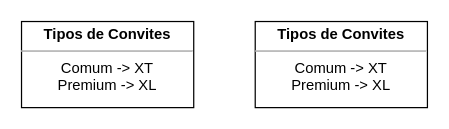
This is src/main/kotlin/ProjetoPortaria/Projeto.drawio from ViniciusWessner/Portaria-Eventos, a draw.io file, before an edit. Source tidied: cells renumbered, new cells numbered last; positions are measured from the earlier drawing's top-left corner, leaving out a move shared by most shapes. Both pictures are drawn from the tidied source at 123%, with x=0, y=0 at pixel (21, 21).
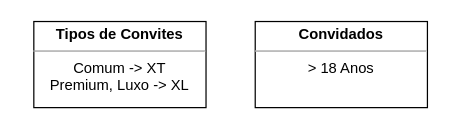
Above is the later version.

Commit message:
Finalizando os ajustes do software

Change to the diagram source:
```diff
@@
 <mxGraphModel>
   <root>
     <mxCell id="0" />
     <mxCell id="1" parent="0" />
-    <mxCell id="2" value="&lt;p style=&quot;margin: 4px 0px 0px;&quot;&gt;&lt;b&gt;Tipos de Convites&lt;/b&gt;&lt;/p&gt;&lt;hr size=&quot;1&quot;&gt;&lt;div style=&quot;height:2px;&quot;&gt;Comum -&amp;gt; XT&lt;/div&gt;&lt;div style=&quot;height:2px;&quot;&gt;&lt;br&gt;&lt;/div&gt;&lt;div style=&quot;height:2px;&quot;&gt;&lt;br&gt;&lt;/div&gt;&lt;div style=&quot;height:2px;&quot;&gt;&lt;br&gt;&lt;/div&gt;&lt;div style=&quot;height:2px;&quot;&gt;&lt;br&gt;&lt;/div&gt;&lt;div style=&quot;height:2px;&quot;&gt;&lt;br&gt;&lt;/div&gt;&lt;div style=&quot;height:2px;&quot;&gt;&lt;br&gt;&lt;/div&gt;&lt;div style=&quot;height:2px;&quot;&gt;Premium -&amp;gt; XL&lt;/div&gt;" style="verticalAlign=top;align=center;overflow=fill;fontSize=12;fontFamily=Helvetica;html=1;" parent="1" vertex="1">
-      <mxGeometry width="140" height="70" as="geometry" />
+    <mxCell id="2" value="&lt;p style=&quot;margin: 4px 0px 0px;&quot;&gt;&lt;b&gt;Tipos de Convites&lt;/b&gt;&lt;/p&gt;&lt;hr size=&quot;1&quot;&gt;&lt;div style=&quot;height:2px;&quot;&gt;Comum -&amp;gt; XT&lt;/div&gt;&lt;div style=&quot;height:2px;&quot;&gt;&lt;br&gt;&lt;/div&gt;&lt;div style=&quot;height:2px;&quot;&gt;&lt;br&gt;&lt;/div&gt;&lt;div style=&quot;height:2px;&quot;&gt;&lt;br&gt;&lt;/div&gt;&lt;div style=&quot;height:2px;&quot;&gt;&lt;br&gt;&lt;/div&gt;&lt;div style=&quot;height:2px;&quot;&gt;&lt;br&gt;&lt;/div&gt;&lt;div style=&quot;height:2px;&quot;&gt;&lt;br&gt;&lt;/div&gt;&lt;div style=&quot;height:2px;&quot;&gt;Premium, Luxo -&amp;gt; XL&lt;/div&gt;" style="verticalAlign=top;align=center;overflow=fill;fontSize=12;fontFamily=Helvetica;html=1;" parent="1" vertex="1">
+      <mxGeometry x="10" width="140" height="70" as="geometry" />
     </mxCell>
-    <mxCell id="3" value="&lt;p style=&quot;margin: 4px 0px 0px;&quot;&gt;&lt;b&gt;Tipos de Convites&lt;/b&gt;&lt;/p&gt;&lt;hr size=&quot;1&quot;&gt;&lt;div style=&quot;height:2px;&quot;&gt;Comum -&amp;gt; XT&lt;/div&gt;&lt;div style=&quot;height:2px;&quot;&gt;&lt;br&gt;&lt;/div&gt;&lt;div style=&quot;height:2px;&quot;&gt;&lt;br&gt;&lt;/div&gt;&lt;div style=&quot;height:2px;&quot;&gt;&lt;br&gt;&lt;/div&gt;&lt;div style=&quot;height:2px;&quot;&gt;&lt;br&gt;&lt;/div&gt;&lt;div style=&quot;height:2px;&quot;&gt;&lt;br&gt;&lt;/div&gt;&lt;div style=&quot;height:2px;&quot;&gt;&lt;br&gt;&lt;/div&gt;&lt;div style=&quot;height:2px;&quot;&gt;Premium -&amp;gt; XL&lt;/div&gt;" style="verticalAlign=top;align=center;overflow=fill;fontSize=12;fontFamily=Helvetica;html=1;" parent="1" vertex="1">
+    <mxCell id="3" value="&lt;p style=&quot;margin: 4px 0px 0px;&quot;&gt;&lt;b&gt;Convidados&lt;/b&gt;&lt;/p&gt;&lt;hr size=&quot;1&quot;&gt;&lt;div style=&quot;height:2px;&quot;&gt;&amp;gt; 18 Anos&lt;/div&gt;" style="verticalAlign=top;align=center;overflow=fill;fontSize=12;fontFamily=Helvetica;html=1;" parent="1" vertex="1">
       <mxGeometry x="190" width="140" height="70" as="geometry" />
     </mxCell>
   </root>
 </mxGraphModel>
```
